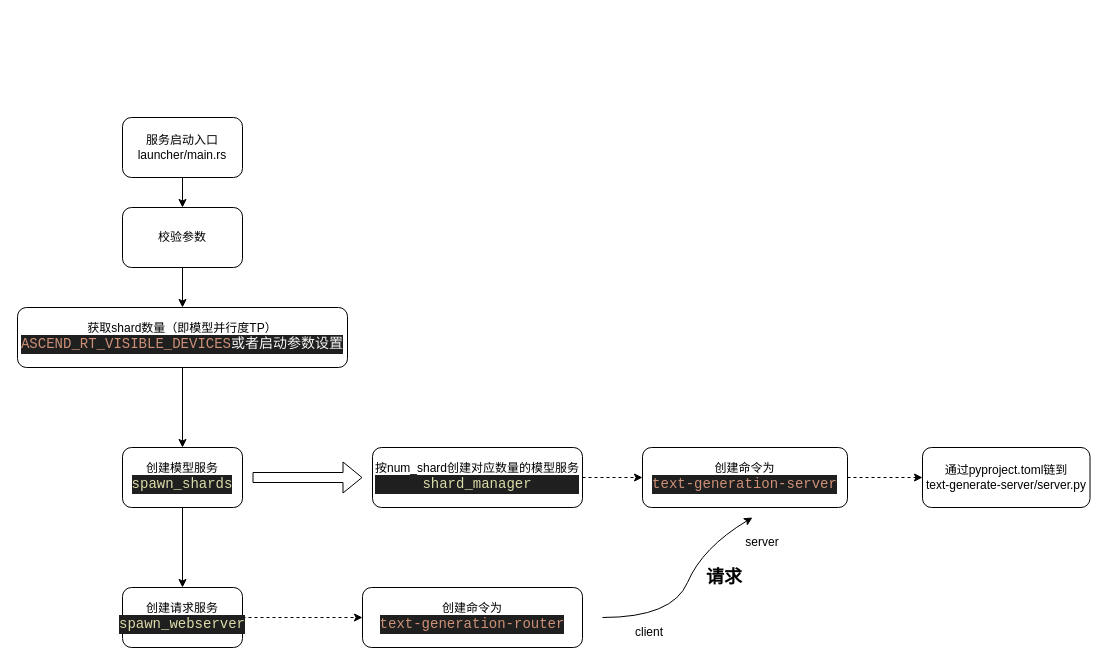
This is page "Launcher" (1 of 4) of Arch/TGI/TGI拆分/TextGenerationService服务启动.drawio from huangZchao/LLM-Notebook, a draw.io file, before an edit. Source tidied: cells renumbered, new cells numbered last; positions are measured from the earlier drawing's top-left corner, leaving out a move shared by most shapes. Both pictures are drawn from the tidied source at 100%, with x=0, y=0 at pixel (17, 117).
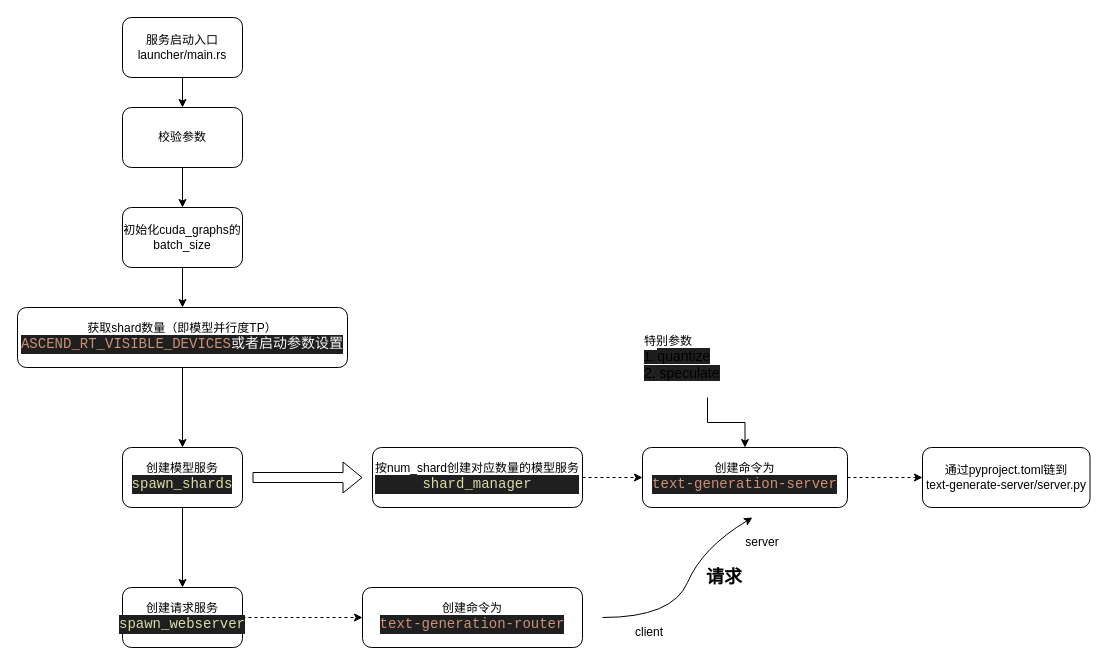
Above is the later version.

The change refers to these unchanged cells:
```xml
<mxCell id="7" value="获取shard数量（即模型并行度TP）&lt;div&gt;&lt;div style=&quot;background-color: rgb(31, 31, 31); font-family: Consolas, &amp;quot;Courier New&amp;quot;, monospace; font-size: 14px; line-height: 19px; white-space: pre;&quot;&gt;&lt;span style=&quot;color: rgb(206, 145, 120);&quot;&gt;ASCEND_RT_VISIBLE_DEVICES&lt;/span&gt;&lt;font color=&quot;#f8f7f6&quot;&gt;或者启动参数设置&lt;/font&gt;&lt;/div&gt;&lt;/div&gt;" style="whiteSpace=wrap;html=1;rounded=1;" parent="1" vertex="1">
  <mxGeometry y="190" width="330" height="60" as="geometry" />
</mxCell>
<mxCell id="16" value="创建命令为&lt;div&gt;&lt;div style=&quot;color: rgb(204, 204, 204); background-color: rgb(31, 31, 31); font-family: Consolas, &amp;quot;Courier New&amp;quot;, monospace; font-size: 14px; line-height: 19px; white-space: pre;&quot;&gt;&lt;span style=&quot;color: #ce9178;&quot;&gt;text-generation-server&lt;/span&gt;&lt;/div&gt;&lt;/div&gt;" style="whiteSpace=wrap;html=1;rounded=1;" parent="1" vertex="1">
  <mxGeometry x="625" y="330" width="205" height="60" as="geometry" />
</mxCell>
```

What changed in the source:
```diff
@@
     <mxCell id="3" value="服务启动入口&lt;div&gt;launcher/main.rs&lt;/div&gt;" style="rounded=1;whiteSpace=wrap;html=1;" parent="1" vertex="1">
-      <mxGeometry x="105" width="120" height="60" as="geometry" />
+      <mxGeometry x="105" y="-100" width="120" height="60" as="geometry" />
     </mxCell>
-    <mxCell id="4" style="edgeStyle=orthogonalEdgeStyle;rounded=0;jettySize=auto;html=1;" parent="1" edge="1" source="5" target="7">
-      <mxGeometry relative="1" as="geometry" />
-    </mxCell>
+    <mxCell id="23" style="edgeStyle=orthogonalEdgeStyle;rounded=0;jettySize=auto;html=1;exitX=0.5;exitY=1;exitDx=0;exitDy=0;entryX=0.5;entryY=0;entryDx=0;entryDy=0;" parent="1" edge="1" source="5" target="25">
+      <mxGeometry relative="1" as="geometry" />
+    </mxCell>
     <mxCell id="5" value="校验参数" style="whiteSpace=wrap;html=1;rounded=1;" parent="1" vertex="1">
-      <mxGeometry x="105" y="90" width="120" height="60" as="geometry" />
+      <mxGeometry x="105" y="-10" width="120" height="60" as="geometry" />
     </mxCell>
@@
+    <mxCell id="24" style="edgeStyle=orthogonalEdgeStyle;rounded=0;jettySize=auto;html=1;exitX=0.5;exitY=1;exitDx=0;exitDy=0;entryX=0.5;entryY=0;entryDx=0;entryDy=0;" parent="1" edge="1" source="25" target="7">
+      <mxGeometry relative="1" as="geometry" />
+    </mxCell>
+    <mxCell id="25" value="初始化cuda_graphs的batch_size" style="rounded=1;whiteSpace=wrap;html=1;" parent="1" vertex="1">
+      <mxGeometry x="105" y="90" width="120" height="60" as="geometry" />
+    </mxCell>
+    <mxCell id="26" style="edgeStyle=orthogonalEdgeStyle;rounded=0;jettySize=auto;html=1;exitX=0.5;exitY=1;exitDx=0;exitDy=0;" parent="1" edge="1" source="27" target="16">
+      <mxGeometry relative="1" as="geometry" />
+    </mxCell>
+    <mxCell id="27" value="&lt;font face=&quot;Helvetica&quot;&gt;特别参数&lt;/font&gt;&lt;div&gt;&lt;font face=&quot;QhBOSMrrpKx7e7cn8ZRf&quot;&gt;&lt;span style=&quot;background-color: rgb(27, 29, 30);&quot;&gt;1.&amp;nbsp;&lt;/span&gt;&lt;span style=&quot;background-color: rgb(31, 31, 31); font-size: 14px; white-space: pre;&quot;&gt;quantize&lt;/span&gt;&lt;/font&gt;&lt;/div&gt;&lt;div&gt;&lt;span style=&quot;background-color: rgb(31, 31, 31); font-size: 14px; white-space: pre;&quot;&gt;&lt;font face=&quot;QhBOSMrrpKx7e7cn8ZRf&quot;&gt;2. speculate&lt;/font&gt;&lt;/span&gt;&lt;/div&gt;" style="text;html=1;align=left;verticalAlign=middle;whiteSpace=wrap;rounded=0;" parent="1" vertex="1">
+      <mxGeometry x="625" y="200" width="130" height="80" as="geometry" />
+    </mxCell>
```
